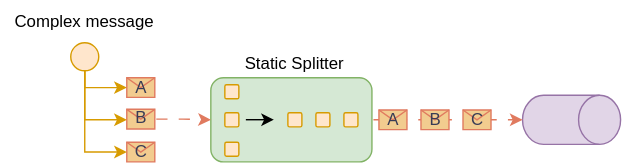
This is images/Splitter.drawio.svg from mladenkralev/integration-pattern, a draw.io export, as it was before one commit. Source tidied: cells renumbered, new cells last; positions are measured from the earlier drawing's top-left corner, leaving out a move shared by most shapes.
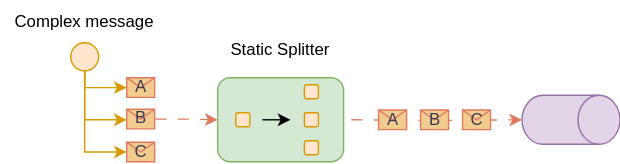
Later version of the same file.

The edit, as a diff of the source:
```diff
@@ -2,30 +2,6 @@
   <root>
     <mxCell id="0" />
     <mxCell id="1" parent="0" />
-    <mxCell id="2" style="rounded=1;whiteSpace=wrap;html=1;labelBackgroundColor=none;fillColor=#d5e8d4;strokeColor=#82b366;" parent="1" vertex="1">
-      <mxGeometry x="150" y="55" width="115" height="60" as="geometry" />
-    </mxCell>
-    <mxCell id="3" style="rounded=1;whiteSpace=wrap;html=1;labelBackgroundColor=none;fillColor=#ffe6cc;strokeColor=#d79b00;arcSize=12;" parent="1" vertex="1">
-      <mxGeometry x="160" y="80" width="10" height="10" as="geometry" />
-    </mxCell>
-    <mxCell id="4" style="rounded=1;whiteSpace=wrap;html=1;labelBackgroundColor=none;fillColor=#ffe6cc;strokeColor=#d79b00;arcSize=12;" parent="1" vertex="1">
-      <mxGeometry x="160" y="60" width="10" height="10" as="geometry" />
-    </mxCell>
-    <mxCell id="5" style="rounded=1;whiteSpace=wrap;html=1;labelBackgroundColor=none;fillColor=#ffe6cc;strokeColor=#d79b00;arcSize=12;" parent="1" vertex="1">
-      <mxGeometry x="245" y="80" width="10" height="10" as="geometry" />
-    </mxCell>
-    <mxCell id="6" style="rounded=1;whiteSpace=wrap;html=1;labelBackgroundColor=none;fillColor=#ffe6cc;strokeColor=#d79b00;arcSize=12;" parent="1" vertex="1">
-      <mxGeometry x="160" y="101" width="10" height="10" as="geometry" />
-    </mxCell>
-    <mxCell id="7" style="endArrow=classic;html=1;rounded=0;" parent="1" edge="1">
-      <mxGeometry relative="1" as="geometry">
-        <mxPoint x="175" y="84.9" as="sourcePoint" />
-        <mxPoint x="195" y="84.9" as="targetPoint" />
-        <Array as="points">
-          <mxPoint x="175" y="85" />
-        </Array>
-      </mxGeometry>
-    </mxCell>
     <mxCell id="8" value="A" style="shape=message;html=1;outlineConnect=0;labelBackgroundColor=none;fillColor=#F2CC8F;strokeColor=#E07A5F;fontColor=#393C56;" parent="1" vertex="1">
       <mxGeometry x="90" y="55" width="20" height="14" as="geometry" />
     </mxCell>
@@ -65,14 +41,16 @@
     <mxCell id="16" style="shape=cylinder3;whiteSpace=wrap;html=1;boundedLbl=1;backgroundOutline=1;size=15;rotation=90;fillColor=#e1d5e7;strokeColor=#9673a6;" parent="1" vertex="1">
       <mxGeometry x="390" y="50" width="35" height="70" as="geometry" />
     </mxCell>
-    <mxCell id="17" style="endArrow=classic;html=1;rounded=0;flowAnimation=1;labelBackgroundColor=none;strokeColor=#E07A5F;fontColor=default;entryX=0;entryY=0.5;entryDx=0;entryDy=0;edgeStyle=orthogonalEdgeStyle;exitX=1;exitY=0.5;exitDx=0;exitDy=0;" parent="1" edge="1" source="9" target="2">
+    <mxCell id="17" style="endArrow=classic;html=1;rounded=0;flowAnimation=1;labelBackgroundColor=none;strokeColor=#E07A5F;fontColor=default;entryX=0;entryY=0.5;entryDx=0;entryDy=0;edgeStyle=orthogonalEdgeStyle;exitX=1;exitY=0.5;exitDx=0;exitDy=0;" parent="1" edge="1" source="9" target="25">
       <mxGeometry relative="1" as="geometry" />
     </mxCell>
-    <mxCell id="18" style="endArrow=classic;html=1;rounded=0;flowAnimation=1;labelBackgroundColor=none;strokeColor=#E07A5F;fontColor=default;entryX=0.5;entryY=1;entryDx=0;entryDy=0;edgeStyle=orthogonalEdgeStyle;exitX=1;exitY=0.5;exitDx=0;exitDy=0;entryPerimeter=0;" parent="1" edge="1" source="2" target="16">
-      <mxGeometry relative="1" as="geometry" />
+    <mxCell id="18" style="endArrow=classic;html=1;rounded=0;flowAnimation=1;labelBackgroundColor=none;strokeColor=#E07A5F;fontColor=default;entryX=0.5;entryY=1;entryDx=0;entryDy=0;edgeStyle=orthogonalEdgeStyle;entryPerimeter=0;" parent="1" edge="1" target="16">
+      <mxGeometry relative="1" as="geometry">
+        <mxPoint x="250" y="85" as="sourcePoint" />
+      </mxGeometry>
     </mxCell>
     <mxCell id="19" value="Static Splitter" style="text;html=1;align=center;verticalAlign=middle;whiteSpace=wrap;rounded=0;" parent="1" vertex="1">
-      <mxGeometry x="150" y="30" width="120" height="30" as="geometry" />
+      <mxGeometry x="140" y="20" width="120" height="30" as="geometry" />
     </mxCell>
     <mxCell id="20" value="C" style="shape=message;html=1;labelBackgroundColor=none;fillColor=#F2CC8F;strokeColor=#E07A5F;fontColor=#393C56;" parent="1" vertex="1">
       <mxGeometry x="330" y="78" width="20" height="14" as="geometry" />
@@ -83,11 +61,26 @@
     <mxCell id="22" value="A" style="shape=message;html=1;labelBackgroundColor=none;fillColor=#F2CC8F;strokeColor=#E07A5F;fontColor=#393C56;" parent="1" vertex="1">
       <mxGeometry x="270" y="78" width="20" height="14" as="geometry" />
     </mxCell>
-    <mxCell id="23" style="rounded=1;whiteSpace=wrap;html=1;labelBackgroundColor=none;fillColor=#ffe6cc;strokeColor=#d79b00;arcSize=12;" parent="1" vertex="1">
-      <mxGeometry x="205" y="80" width="10" height="10" as="geometry" />
-    </mxCell>
-    <mxCell id="24" style="rounded=1;whiteSpace=wrap;html=1;labelBackgroundColor=none;fillColor=#ffe6cc;strokeColor=#d79b00;arcSize=12;" parent="1" vertex="1">
-      <mxGeometry x="225" y="80" width="10" height="10" as="geometry" />
-    </mxCell>
+    <mxCell id="25" style="rounded=1;whiteSpace=wrap;html=1;labelBackgroundColor=none;fillColor=#d5e8d4;strokeColor=#82b366;" parent="1" vertex="1">
+      <mxGeometry x="155" y="55" width="90" height="60" as="geometry" />
+    </mxCell>
+    <mxCell id="26" style="rounded=1;whiteSpace=wrap;html=1;labelBackgroundColor=none;fillColor=#ffe6cc;strokeColor=#d79b00;arcSize=12;" parent="1" vertex="1">
+      <mxGeometry x="168" y="80" width="10" height="10" as="geometry" />
+    </mxCell>
+    <mxCell id="27" style="rounded=1;whiteSpace=wrap;html=1;labelBackgroundColor=none;fillColor=#ffe6cc;strokeColor=#d79b00;arcSize=12;" parent="1" vertex="1">
+      <mxGeometry x="217" y="60" width="10" height="10" as="geometry" />
+    </mxCell>
+    <mxCell id="28" style="rounded=1;whiteSpace=wrap;html=1;labelBackgroundColor=none;fillColor=#ffe6cc;strokeColor=#d79b00;arcSize=12;" parent="1" vertex="1">
+      <mxGeometry x="217" y="80" width="10" height="10" as="geometry" />
+    </mxCell>
+    <mxCell id="29" style="rounded=1;whiteSpace=wrap;html=1;labelBackgroundColor=none;fillColor=#ffe6cc;strokeColor=#d79b00;arcSize=12;" parent="1" vertex="1">
+      <mxGeometry x="217" y="100" width="10" height="10" as="geometry" />
+    </mxCell>
+    <mxCell id="30" style="endArrow=classic;html=1;rounded=0;" parent="1" edge="1">
+      <mxGeometry relative="1" as="geometry">
+        <mxPoint x="187" y="85" as="sourcePoint" />
+        <mxPoint x="207" y="85" as="targetPoint" />
+      </mxGeometry>
+    </mxCell>
   </root>
 </mxGraphModel>
```
